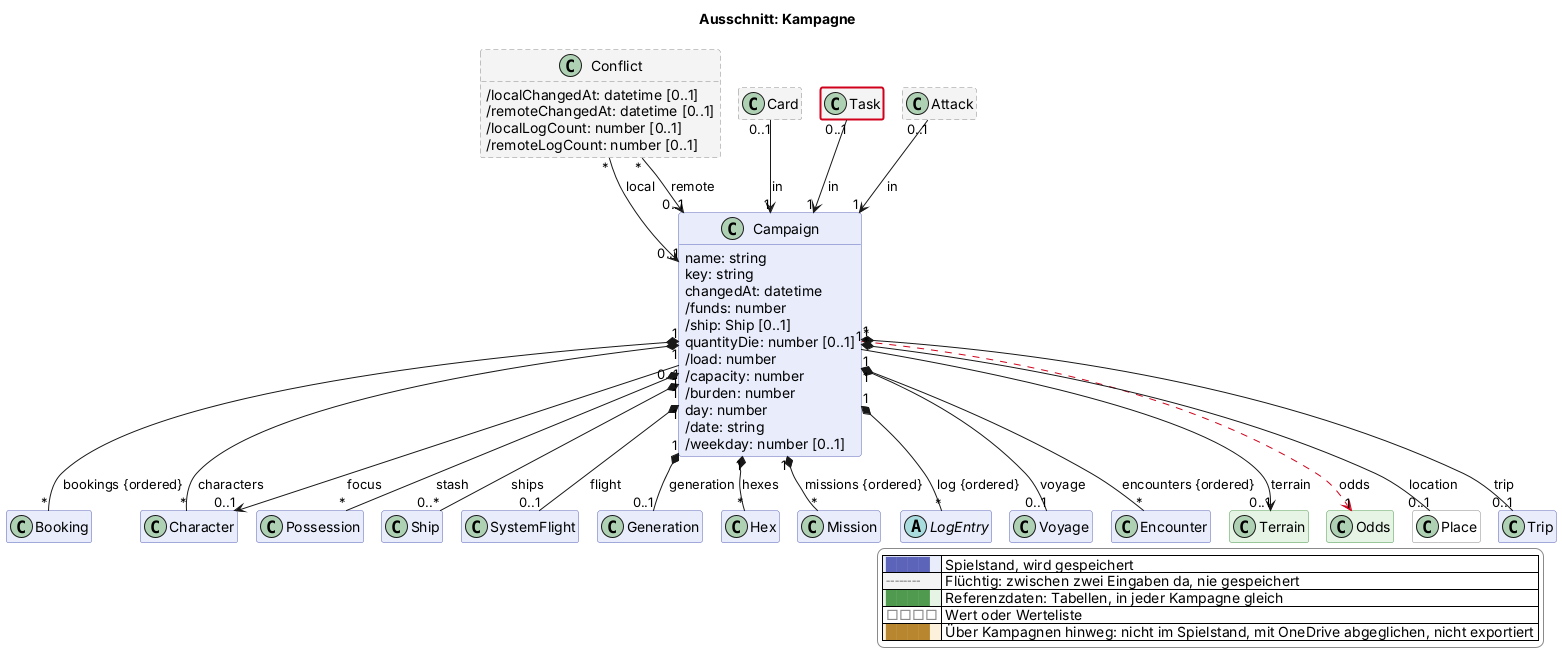
Above: docs/views/kampagne.png in scuzzar/SRE (PlantUML), before the change.
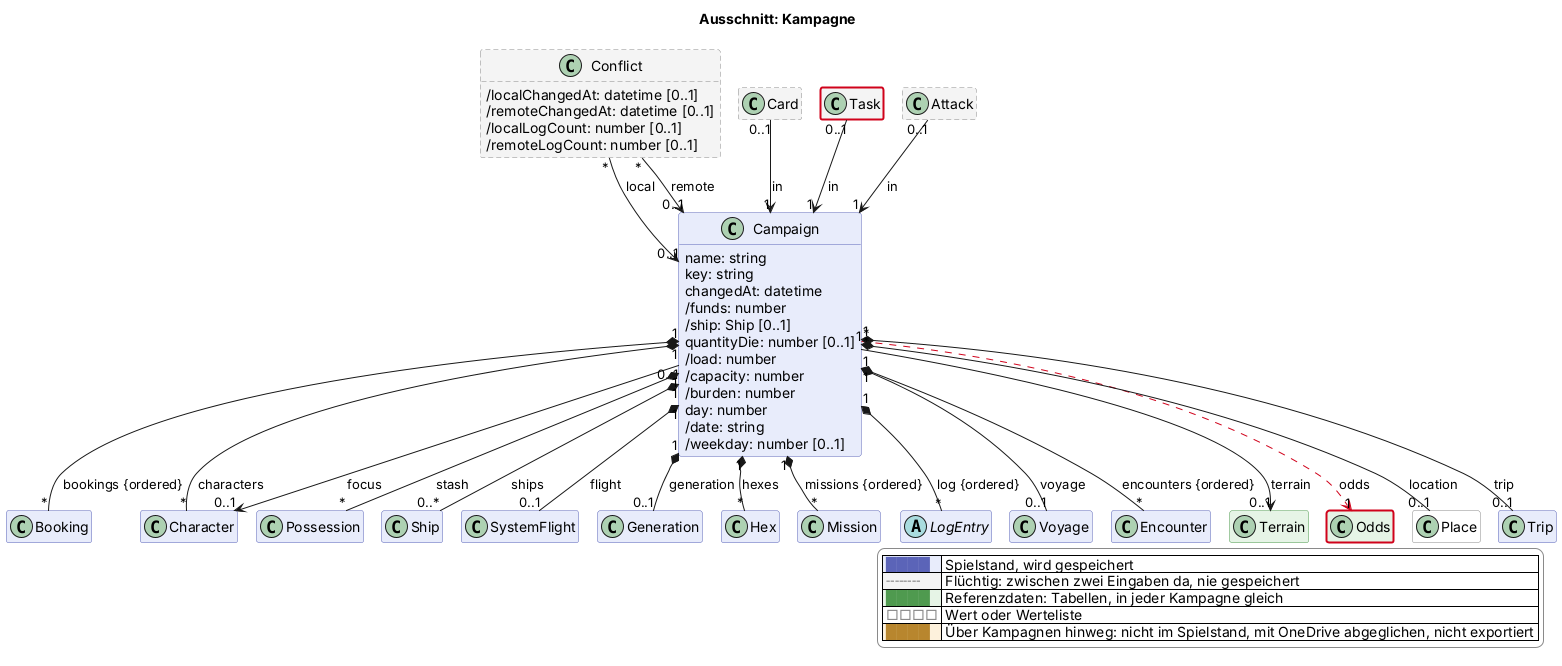
Above is the later version.

Change to the diagram source:
```diff
@@ -161,4 +161,5 @@
   |<#fdf1dc> <color:#b8862e>████</color> | Über Kampagnen hinweg: nicht im Spielstand, mit OneDrive abgeglichen, nicht exportiert |
 endlegend
 class Task #line:d0021b;line.bold
+class Odds #line:d0021b;line.bold
 @enduml
```
